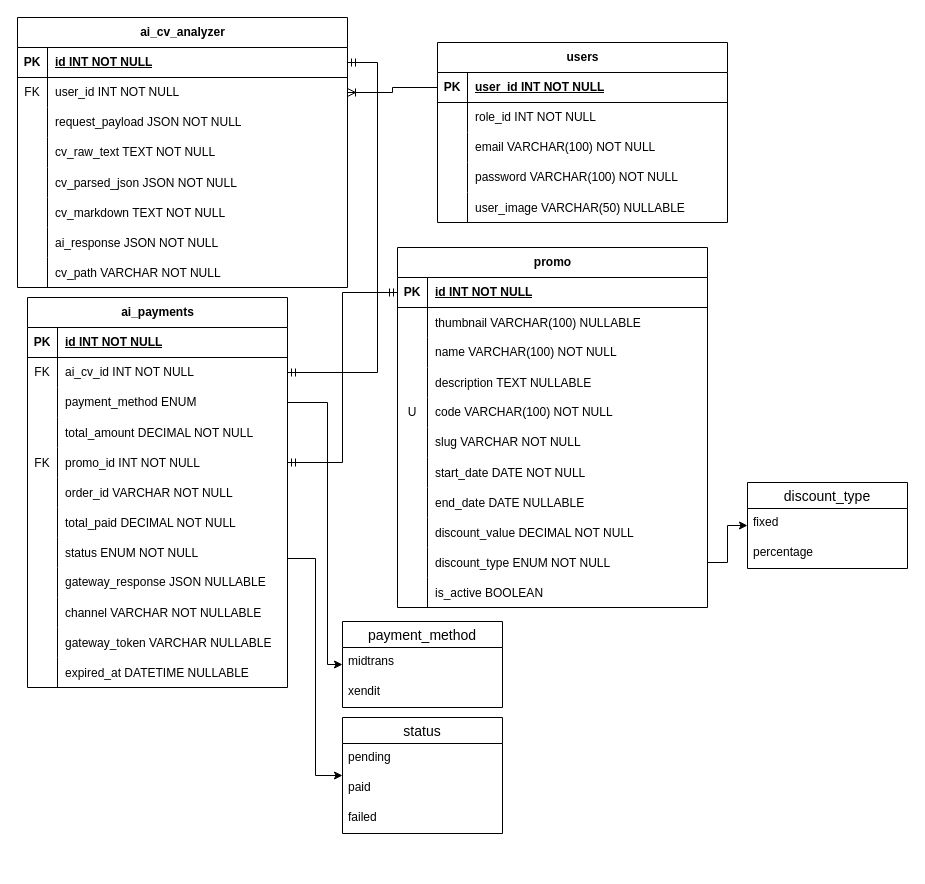
The draw.io diagram schema/schema.drawio in muhammadoby/bikincv-ai, before the edit. Source tidied: cells renumbered, new cells numbered last; positions are measured from the earlier drawing's top-left corner, leaving out a move shared by most shapes. Both pictures are drawn from the tidied source at 100%, with x=0, y=0 at pixel (17, 17).
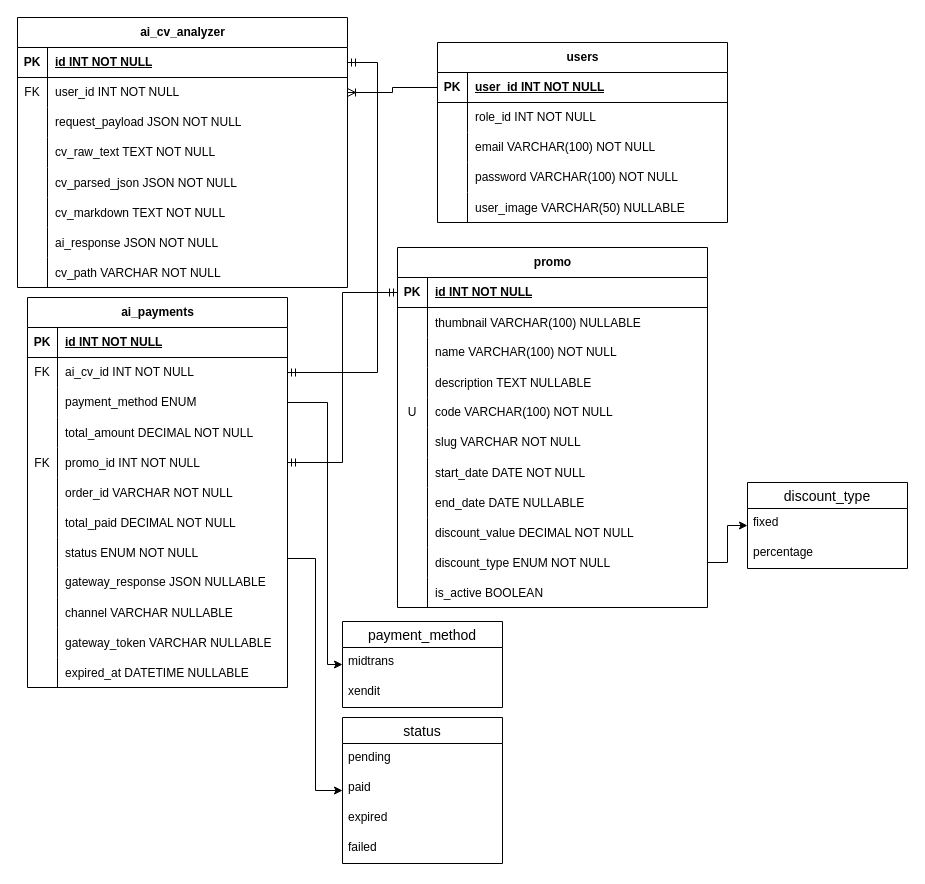
Above is the later version.

Unchanged cells that the change refers to:
```xml
<mxCell id="71" style="shape=tableRow;horizontal=0;startSize=0;swimlaneHead=0;swimlaneBody=0;fillColor=none;top=0;left=0;right=0;bottom=0;" parent="43" vertex="1">
  <mxGeometry y="300" width="260" height="30" as="geometry" />
</mxCell>
```

What changed in the source:
```diff
@@
-    <mxCell id="73" value="channel VARCHAR NOT NULLABLE" style="shape=partialRectangle;fillColor=none;top=0;left=0;bottom=0;right=0;align=left;spacingLeft=6;overflow=hidden;" parent="71" vertex="1">
+    <mxCell id="73" value="channel VARCHAR NULLABLE" style="shape=partialRectangle;fillColor=none;top=0;left=0;bottom=0;right=0;align=left;spacingLeft=6;overflow=hidden;" parent="71" vertex="1">
       <mxGeometry x="30" width="230" height="30" as="geometry" />
     </mxCell>
@@
     <mxCell id="119" value="status" style="swimlane;fontStyle=0;horizontal=1;startSize=26;align=center;fontSize=14;" parent="1" vertex="1">
-      <mxGeometry x="325" y="700" width="160" height="116" as="geometry" />
+      <mxGeometry x="325" y="700" width="160" height="146" as="geometry" />
     </mxCell>
@@
+    <mxCell id="130" value="expired" style="text;strokeColor=none;fillColor=none;spacingLeft=4;spacingRight=4;overflow=hidden;fontSize=12;whiteSpace=wrap;html=1;" parent="119" vertex="1">
+      <mxGeometry y="86" width="160" height="30" as="geometry" />
+    </mxCell>
     <mxCell id="122" value="failed" style="text;strokeColor=none;fillColor=none;spacingLeft=4;spacingRight=4;overflow=hidden;fontSize=12;whiteSpace=wrap;html=1;" parent="119" vertex="1">
-      <mxGeometry y="86" width="160" height="30" as="geometry" />
+      <mxGeometry y="116" width="160" height="30" as="geometry" />
     </mxCell>
```
